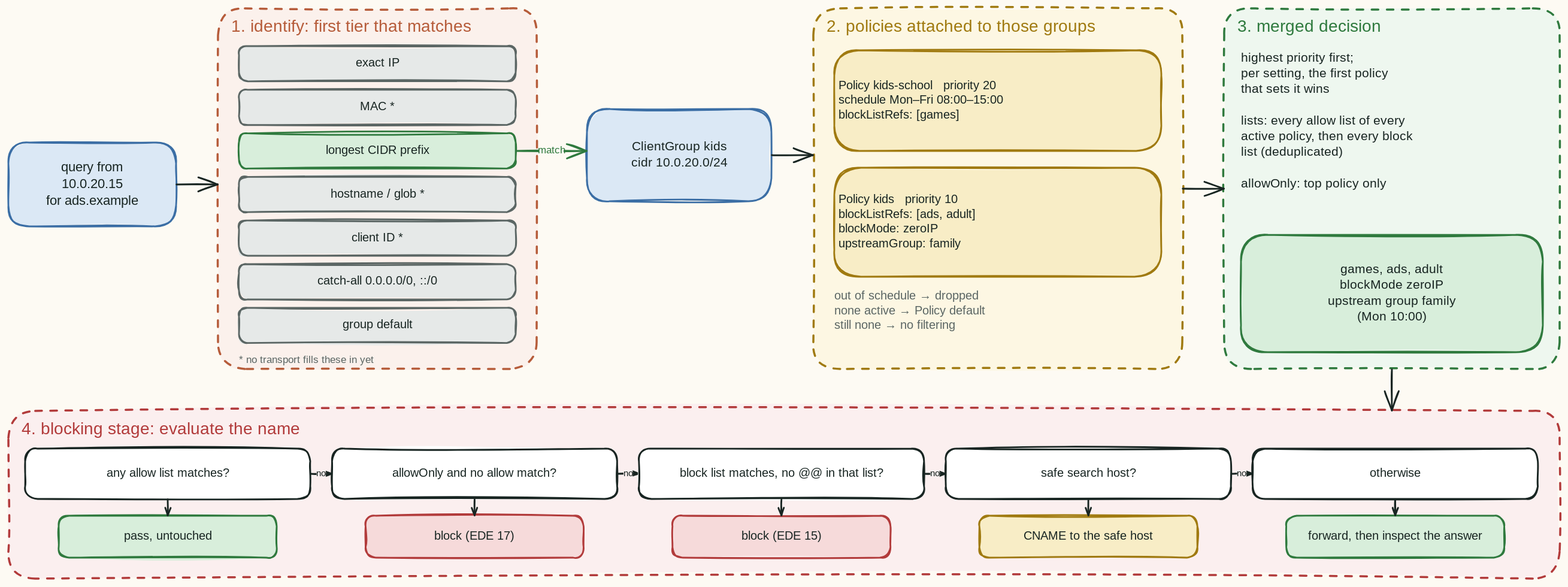
Above: docs/architecture/diagrams/policy-decision.excalidraw.svg in robertherbaugh/kudurru (Excalidraw), before the change. Source tidied: one line per element, renumbered; positions are measured from the earlier drawing's top-left corner, leaving out a move shared by most shapes. Source of this version:
```json
{"id": 0, "type": "rectangle", "strokeColor": "#3b6ea5", "backgroundColor": "#dbe8f5", "fillStyle": "solid", "strokeWidth": 2, "roughness": 1, "round": true, "x": 0, "y": 160, "width": 200, "height": 100}
{"id": 1, "type": "rectangle", "strokeColor": "#B65C3A", "backgroundColor": "#fbf1ec", "fillStyle": "solid", "strokeWidth": 2, "strokeStyle": "dashed", "roughness": 1, "round": true, "x": 250, "y": 0, "width": 380, "height": 430}
{"id": 2, "type": "text", "text": "1. identify: first tier that matches", "strokeColor": "#B65C3A", "strokeWidth": 2, "roughness": 1, "fontSize": 20, "fontFamily": 5, "x": 266, "y": 10, "width": 262, "height": 25}
{"id": 3, "type": "rectangle", "strokeColor": "#5b6664", "backgroundColor": "#e6e9e8", "fillStyle": "solid", "strokeWidth": 2, "roughness": 1, "round": true, "x": 275, "y": 45, "width": 330, "height": 42}
{"id": 4, "type": "rectangle", "strokeColor": "#5b6664", "backgroundColor": "#e6e9e8", "fillStyle": "solid", "strokeWidth": 2, "roughness": 1, "round": true, "x": 275, "y": 97, "width": 330, "height": 42}
{"id": 5, "type": "rectangle", "strokeColor": "#2f7a3e", "backgroundColor": "#d8eedb", "fillStyle": "solid", "strokeWidth": 2, "roughness": 1, "round": true, "x": 275, "y": 149, "width": 330, "height": 42}
{"id": 6, "type": "rectangle", "strokeColor": "#5b6664", "backgroundColor": "#e6e9e8", "fillStyle": "solid", "strokeWidth": 2, "roughness": 1, "round": true, "x": 275, "y": 201, "width": 330, "height": 42}
{"id": 7, "type": "rectangle", "strokeColor": "#5b6664", "backgroundColor": "#e6e9e8", "fillStyle": "solid", "strokeWidth": 2, "roughness": 1, "round": true, "x": 275, "y": 253, "width": 330, "height": 42}
{"id": 8, "type": "rectangle", "strokeColor": "#5b6664", "backgroundColor": "#e6e9e8", "fillStyle": "solid", "strokeWidth": 2, "roughness": 1, "round": true, "x": 275, "y": 305, "width": 330, "height": 42}
{"id": 9, "type": "rectangle", "strokeColor": "#5b6664", "backgroundColor": "#e6e9e8", "fillStyle": "solid", "strokeWidth": 2, "roughness": 1, "round": true, "x": 275, "y": 357, "width": 330, "height": 42}
{"id": 10, "type": "text", "text": "* no transport fills these in yet", "strokeColor": "#5b6664", "strokeWidth": 2, "roughness": 1, "fontSize": 12, "fontFamily": 5, "x": 275, "y": 412, "width": 146, "height": 15}
{"id": 11, "type": "arrow", "strokeColor": "#182522", "strokeWidth": 2, "roughness": 1, "endArrowhead": "arrow", "from": 0, "to": 1, "x": 200, "y": 210, "width": 49, "height": 0, "points": [[0, 0], [49, 0]]}
{"id": 12, "type": "rectangle", "strokeColor": "#3b6ea5", "backgroundColor": "#dbe8f5", "fillStyle": "solid", "strokeWidth": 2, "roughness": 1, "round": true, "x": 690, "y": 120, "width": 220, "height": 110}
{"id": 13, "type": "arrow", "strokeColor": "#2f7a3e", "strokeWidth": 2, "roughness": 1, "endArrowhead": "arrow", "from": 5, "to": 12, "x": 606, "y": 170, "width": 84, "height": 0, "points": [[0, 0], [84, 0]]}
{"id": 14, "type": "rectangle", "strokeColor": "#a07a10", "backgroundColor": "#fdf7e3", "fillStyle": "solid", "strokeWidth": 2, "strokeStyle": "dashed", "roughness": 1, "round": true, "x": 960, "y": 0, "width": 440, "height": 430}
{"id": 15, "type": "text", "text": "2. policies attached to those groups", "strokeColor": "#a07a10", "strokeWidth": 2, "roughness": 1, "fontSize": 20, "fontFamily": 5, "x": 976, "y": 10, "width": 281, "height": 25}
{"id": 16, "type": "rectangle", "strokeColor": "#a07a10", "backgroundColor": "#f8edc6", "fillStyle": "solid", "strokeWidth": 2, "roughness": 1, "round": true, "x": 985, "y": 50, "width": 390, "height": 120}
{"id": 17, "type": "rectangle", "strokeColor": "#a07a10", "backgroundColor": "#f8edc6", "fillStyle": "solid", "strokeWidth": 2, "roughness": 1, "round": true, "x": 985, "y": 190, "width": 390, "height": 130}
{"id": 18, "type": "text", "text": "out of schedule → dropped\nnone active → Policy default\nstill none → no filtering", "strokeColor": "#5b6664", "strokeWidth": 2, "roughness": 1, "fontSize": 14, "fontFamily": 5, "x": 985, "y": 335, "width": 163, "height": 52}
{"id": 19, "type": "arrow", "strokeColor": "#182522", "strokeWidth": 2, "roughness": 1, "endArrowhead": "arrow", "from": 12, "to": 14, "x": 910, "y": 175, "width": 49, "height": 0, "points": [[0, 0], [49, 0]]}
{"id": 20, "type": "rectangle", "strokeColor": "#2f7a3e", "backgroundColor": "#eef7ef", "fillStyle": "solid", "strokeWidth": 2, "strokeStyle": "dashed", "roughness": 1, "round": true, "x": 1450, "y": 0, "width": 400, "height": 430}
{"id": 21, "type": "text", "text": "3. merged decision", "strokeColor": "#2f7a3e", "strokeWidth": 2, "roughness": 1, "fontSize": 20, "fontFamily": 5, "x": 1466, "y": 10, "width": 151, "height": 25}
{"id": 22, "type": "text", "text": "highest priority first;\nper setting, the first policy\nthat sets it wins\n\nlists: every allow list of every\nactive policy, then every block\nlist (deduplicated)\n\nallowOnly: top policy only", "strokeColor": "#182522", "strokeWidth": 2, "roughness": 1, "fontSize": 15, "fontFamily": 5, "x": 1470, "y": 50, "width": 184, "height": 169}
{"id": 23, "type": "rectangle", "strokeColor": "#2f7a3e", "backgroundColor": "#d8eedb", "fillStyle": "solid", "strokeWidth": 2, "roughness": 1, "round": true, "x": 1470, "y": 270, "width": 360, "height": 140}
{"id": 24, "type": "arrow", "strokeColor": "#182522", "strokeWidth": 2, "roughness": 1, "endArrowhead": "arrow", "from": 14, "to": 20, "x": 1400, "y": 215, "width": 49, "height": 0, "points": [[0, 0], [49, 0]]}
{"id": 25, "type": "rectangle", "strokeColor": "#b23b3b", "backgroundColor": "#fbefef", "fillStyle": "solid", "strokeWidth": 2, "strokeStyle": "dashed", "roughness": 1, "round": true, "x": 0, "y": 480, "width": 1850, "height": 200}
{"id": 26, "type": "text", "text": "4. blocking stage: evaluate the name", "strokeColor": "#b23b3b", "strokeWidth": 2, "roughness": 1, "fontSize": 20, "fontFamily": 5, "x": 16, "y": 490, "width": 291, "height": 25}
{"id": 27, "type": "rectangle", "strokeColor": "#182522", "backgroundColor": "#ffffff", "fillStyle": "solid", "strokeWidth": 2, "roughness": 1, "round": true, "x": 20, "y": 525, "width": 340, "height": 60}
{"id": 28, "type": "rectangle", "strokeColor": "#2f7a3e", "backgroundColor": "#d8eedb", "fillStyle": "solid", "strokeWidth": 2, "roughness": 1, "round": true, "x": 60, "y": 605, "width": 260, "height": 50}
{"id": 29, "type": "arrow", "strokeColor": "#182522", "strokeWidth": 2, "roughness": 1, "endArrowhead": "arrow", "from": 27, "to": 28, "x": 190, "y": 586, "width": 0, "height": 19, "points": [[0, 0], [0, 19]]}
{"id": 30, "type": "arrow", "strokeColor": "#182522", "strokeWidth": 2, "roughness": 1, "endArrowhead": "arrow", "from": 27, "to": 31, "x": 360, "y": 555, "width": 25, "height": 0, "points": [[0, 0], [25, 0]]}
{"id": 31, "type": "rectangle", "strokeColor": "#182522", "backgroundColor": "#ffffff", "fillStyle": "solid", "strokeWidth": 2, "roughness": 1, "round": true, "x": 386, "y": 525, "width": 340, "height": 60}
{"id": 32, "type": "rectangle", "strokeColor": "#b23b3b", "backgroundColor": "#f6dada", "fillStyle": "solid", "strokeWidth": 2, "roughness": 1, "round": true, "x": 426, "y": 605, "width": 260, "height": 50}
{"id": 33, "type": "arrow", "strokeColor": "#182522", "strokeWidth": 2, "roughness": 1, "endArrowhead": "arrow", "from": 31, "to": 32, "x": 556, "y": 586, "width": 0, "height": 19, "points": [[0, 0], [0, 19]]}
{"id": 34, "type": "arrow", "strokeColor": "#182522", "strokeWidth": 2, "roughness": 1, "endArrowhead": "arrow", "from": 31, "to": 35, "x": 726, "y": 555, "width": 25, "height": 0, "points": [[0, 0], [25, 0]]}
{"id": 35, "type": "rectangle", "strokeColor": "#182522", "backgroundColor": "#ffffff", "fillStyle": "solid", "strokeWidth": 2, "roughness": 1, "round": true, "x": 752, "y": 525, "width": 340, "height": 60}
{"id": 36, "type": "rectangle", "strokeColor": "#b23b3b", "backgroundColor": "#f6dada", "fillStyle": "solid", "strokeWidth": 2, "roughness": 1, "round": true, "x": 792, "y": 605, "width": 260, "height": 50}
{"id": 37, "type": "arrow", "strokeColor": "#182522", "strokeWidth": 2, "roughness": 1, "endArrowhead": "arrow", "from": 35, "to": 36, "x": 922, "y": 586, "width": 0, "height": 19, "points": [[0, 0], [0, 19]]}
{"id": 38, "type": "arrow", "strokeColor": "#182522", "strokeWidth": 2, "roughness": 1, "endArrowhead": "arrow", "from": 35, "to": 39, "x": 1092, "y": 555, "width": 25, "height": 0, "points": [[0, 0], [25, 0]]}
{"id": 39, "type": "rectangle", "strokeColor": "#182522", "backgroundColor": "#ffffff", "fillStyle": "solid", "strokeWidth": 2, "roughness": 1, "round": true, "x": 1118, "y": 525, "width": 340, "height": 60}
{"id": 40, "type": "rectangle", "strokeColor": "#a07a10", "backgroundColor": "#f8edc6", "fillStyle": "solid", "strokeWidth": 2, "roughness": 1, "round": true, "x": 1158, "y": 605, "width": 260, "height": 50}
{"id": 41, "type": "arrow", "strokeColor": "#182522", "strokeWidth": 2, "roughness": 1, "endArrowhead": "arrow", "from": 39, "to": 40, "x": 1288, "y": 586, "width": 0, "height": 19, "points": [[0, 0], [0, 19]]}
{"id": 42, "type": "arrow", "strokeColor": "#182522", "strokeWidth": 2, "roughness": 1, "endArrowhead": "arrow", "from": 39, "to": 43, "x": 1458, "y": 555, "width": 25, "height": 0, "points": [[0, 0], [25, 0]]}
{"id": 43, "type": "rectangle", "strokeColor": "#182522", "backgroundColor": "#ffffff", "fillStyle": "solid", "strokeWidth": 2, "roughness": 1, "round": true, "x": 1484, "y": 525, "width": 340, "height": 60}
{"id": 44, "type": "rectangle", "strokeColor": "#2f7a3e", "backgroundColor": "#d8eedb", "fillStyle": "solid", "strokeWidth": 2, "roughness": 1, "round": true, "x": 1524, "y": 605, "width": 260, "height": 50}
{"id": 45, "type": "arrow", "strokeColor": "#182522", "strokeWidth": 2, "roughness": 1, "endArrowhead": "arrow", "from": 43, "to": 44, "x": 1654, "y": 586, "width": 0, "height": 19, "points": [[0, 0], [0, 19]]}
{"id": 46, "type": "arrow", "strokeColor": "#182522", "strokeWidth": 2, "roughness": 1, "endArrowhead": "arrow", "from": 20, "to": 25, "x": 1650, "y": 430, "width": 0, "height": 49, "points": [[0, 0], [0, 49]]}
{"id": 47, "type": "text", "text": "query from\n10.0.20.15\nfor ads.example", "strokeColor": "#182522", "strokeWidth": 2, "roughness": 1, "fontSize": 16, "fontFamily": 5, "textAlign": "center", "verticalAlign": "middle", "inside": 0, "x": 49, "y": 180, "width": 102, "height": 60}
{"id": 48, "type": "text", "text": "exact IP", "strokeColor": "#182522", "strokeWidth": 2, "roughness": 1, "fontSize": 14, "fontFamily": 5, "textAlign": "center", "verticalAlign": "middle", "inside": 3, "x": 417, "y": 57, "width": 45, "height": 18}
{"id": 49, "type": "text", "text": "MAC *", "strokeColor": "#182522", "strokeWidth": 2, "roughness": 1, "fontSize": 14, "fontFamily": 5, "textAlign": "center", "verticalAlign": "middle", "inside": 4, "x": 419, "y": 109, "width": 42, "height": 18}
{"id": 50, "type": "text", "text": "longest CIDR prefix", "strokeColor": "#182522", "strokeWidth": 2, "roughness": 1, "fontSize": 14, "fontFamily": 5, "textAlign": "center", "verticalAlign": "middle", "inside": 5, "x": 383, "y": 161, "width": 114, "height": 18}
{"id": 51, "type": "text", "text": "hostname / glob *", "strokeColor": "#182522", "strokeWidth": 2, "roughness": 1, "fontSize": 14, "fontFamily": 5, "textAlign": "center", "verticalAlign": "middle", "inside": 6, "x": 390, "y": 213, "width": 100, "height": 18}
{"id": 52, "type": "text", "text": "client ID *", "strokeColor": "#182522", "strokeWidth": 2, "roughness": 1, "fontSize": 14, "fontFamily": 5, "textAlign": "center", "verticalAlign": "middle", "inside": 7, "x": 410, "y": 265, "width": 60, "height": 18}
{"id": 53, "type": "text", "text": "catch-all 0.0.0.0/0, ::/0", "strokeColor": "#182522", "strokeWidth": 2, "roughness": 1, "fontSize": 14, "fontFamily": 5, "textAlign": "center", "verticalAlign": "middle", "inside": 8, "x": 377, "y": 317, "width": 127, "height": 18}
{"id": 54, "type": "text", "text": "group default", "strokeColor": "#182522", "strokeWidth": 2, "roughness": 1, "fontSize": 14, "fontFamily": 5, "textAlign": "center", "verticalAlign": "middle", "inside": 9, "x": 402, "y": 369, "width": 75, "height": 18}
{"id": 55, "type": "text", "text": "ClientGroup kids\ncidr 10.0.20.0/24", "strokeColor": "#182522", "strokeWidth": 2, "roughness": 1, "fontSize": 15, "fontFamily": 5, "textAlign": "center", "verticalAlign": "middle", "inside": 12, "x": 748, "y": 156, "width": 104, "height": 38}
{"id": 56, "type": "text", "text": "match", "strokeColor": "#2f7a3e", "strokeWidth": 2, "roughness": 1, "fontSize": 12, "fontFamily": 5, "textAlign": "center", "verticalAlign": "middle", "inside": 13, "x": 633, "y": 162, "width": 29, "height": 15}
{"id": 57, "type": "text", "text": "Policy kids-school   priority 20\nschedule Mon–Fri 08:00–15:00\nblockListRefs: [games]", "strokeColor": "#182522", "strokeWidth": 2, "roughness": 1, "fontSize": 14, "fontFamily": 5, "verticalAlign": "middle", "inside": 16, "x": 990, "y": 84, "width": 177, "height": 52}
{"id": 58, "type": "text", "text": "Policy kids   priority 10\nblockListRefs: [ads, adult]\nblockMode: zeroIP\nupstreamGroup: family", "strokeColor": "#182522", "strokeWidth": 2, "roughness": 1, "fontSize": 14, "fontFamily": 5, "verticalAlign": "middle", "inside": 17, "x": 990, "y": 220, "width": 149, "height": 70}
{"id": 59, "type": "text", "text": "games, ads, adult\nblockMode zeroIP\nupstream group family\n(Mon 10:00)", "strokeColor": "#182522", "strokeWidth": 2, "roughness": 1, "fontSize": 15, "fontFamily": 5, "textAlign": "center", "verticalAlign": "middle", "inside": 23, "x": 1582, "y": 302, "width": 137, "height": 75}
{"id": 60, "type": "text", "text": "any allow list matches?", "strokeColor": "#182522", "strokeWidth": 2, "roughness": 1, "fontSize": 14, "fontFamily": 5, "textAlign": "center", "verticalAlign": "middle", "inside": 27, "x": 124, "y": 546, "width": 131, "height": 18}
{"id": 61, "type": "text", "text": "pass, untouched", "strokeColor": "#182522", "strokeWidth": 2, "roughness": 1, "fontSize": 14, "fontFamily": 5, "textAlign": "center", "verticalAlign": "middle", "inside": 28, "x": 145, "y": 621, "width": 89, "height": 18}
{"id": 62, "type": "text", "text": "no", "strokeColor": "#182522", "strokeWidth": 2, "roughness": 1, "fontSize": 11, "fontFamily": 5, "textAlign": "center", "verticalAlign": "middle", "inside": 30, "x": 368, "y": 548, "width": 11, "height": 14}
{"id": 63, "type": "text", "text": "allowOnly and no allow match?", "strokeColor": "#182522", "strokeWidth": 2, "roughness": 1, "fontSize": 14, "fontFamily": 5, "textAlign": "center", "verticalAlign": "middle", "inside": 31, "x": 467, "y": 546, "width": 179, "height": 18}
{"id": 64, "type": "text", "text": "block (EDE 17)", "strokeColor": "#182522", "strokeWidth": 2, "roughness": 1, "fontSize": 14, "fontFamily": 5, "textAlign": "center", "verticalAlign": "middle", "inside": 32, "x": 512, "y": 621, "width": 89, "height": 18}
{"id": 65, "type": "text", "text": "no", "strokeColor": "#182522", "strokeWidth": 2, "roughness": 1, "fontSize": 11, "fontFamily": 5, "textAlign": "center", "verticalAlign": "middle", "inside": 34, "x": 734, "y": 548, "width": 11, "height": 14}
{"id": 66, "type": "text", "text": "block list matches, no @@ in that list?", "strokeColor": "#182522", "strokeWidth": 2, "roughness": 1, "fontSize": 14, "fontFamily": 5, "textAlign": "center", "verticalAlign": "middle", "inside": 35, "x": 813, "y": 546, "width": 217, "height": 18}
{"id": 67, "type": "text", "text": "block (EDE 15)", "strokeColor": "#182522", "strokeWidth": 2, "roughness": 1, "fontSize": 14, "fontFamily": 5, "textAlign": "center", "verticalAlign": "middle", "inside": 36, "x": 878, "y": 621, "width": 89, "height": 18}
{"id": 68, "type": "text", "text": "no", "strokeColor": "#182522", "strokeWidth": 2, "roughness": 1, "fontSize": 11, "fontFamily": 5, "textAlign": "center", "verticalAlign": "middle", "inside": 38, "x": 1100, "y": 548, "width": 11, "height": 14}
{"id": 69, "type": "text", "text": "safe search host?", "strokeColor": "#182522", "strokeWidth": 2, "roughness": 1, "fontSize": 14, "fontFamily": 5, "textAlign": "center", "verticalAlign": "middle", "inside": 39, "x": 1241, "y": 546, "width": 95, "height": 18}
{"id": 70, "type": "text", "text": "CNAME to the safe host", "strokeColor": "#182522", "strokeWidth": 2, "roughness": 1, "fontSize": 14, "fontFamily": 5, "textAlign": "center", "verticalAlign": "middle", "inside": 40, "x": 1219, "y": 621, "width": 138, "height": 18}
{"id": 71, "type": "text", "text": "no", "strokeColor": "#182522", "strokeWidth": 2, "roughness": 1, "fontSize": 11, "fontFamily": 5, "textAlign": "center", "verticalAlign": "middle", "inside": 42, "x": 1466, "y": 548, "width": 11, "height": 14}
{"id": 72, "type": "text", "text": "otherwise", "strokeColor": "#182522", "strokeWidth": 2, "roughness": 1, "fontSize": 14, "fontFamily": 5, "textAlign": "center", "verticalAlign": "middle", "inside": 43, "x": 1627, "y": 546, "width": 54, "height": 18}
{"id": 73, "type": "text", "text": "forward, then inspect the answer", "strokeColor": "#182522", "strokeWidth": 2, "roughness": 1, "fontSize": 14, "fontFamily": 5, "textAlign": "center", "verticalAlign": "middle", "inside": 44, "x": 1563, "y": 621, "width": 182, "height": 18}
```
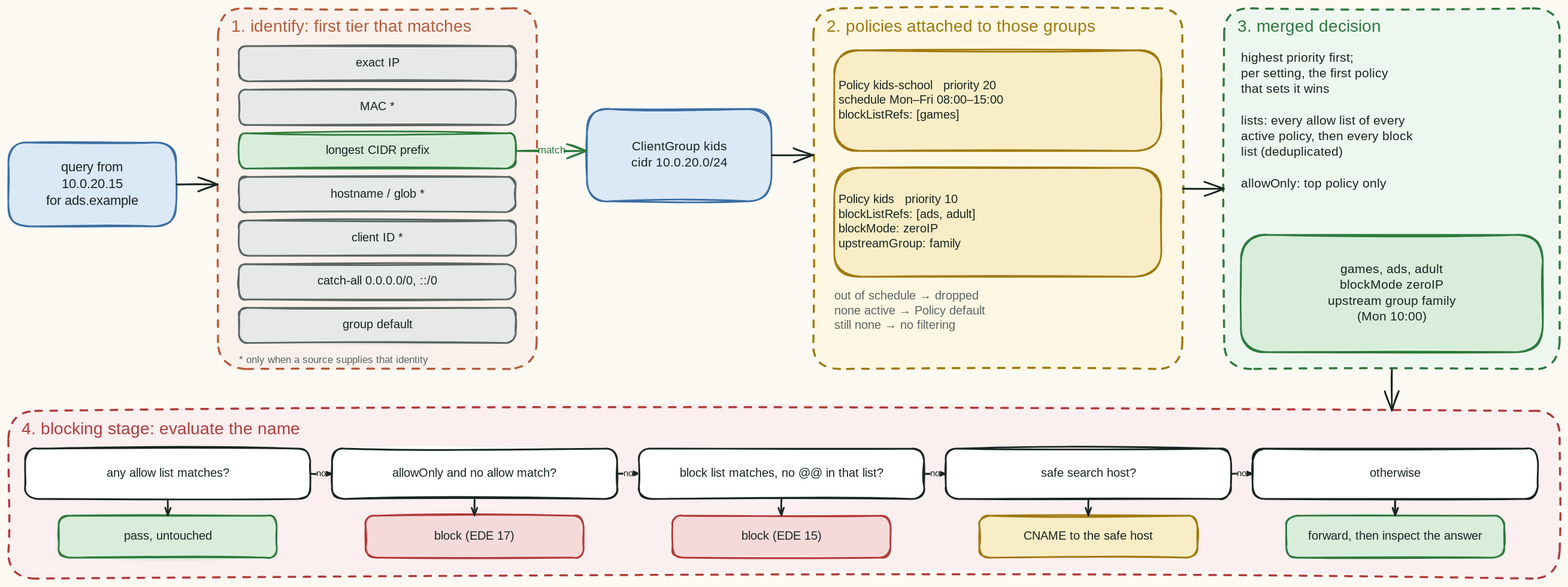
After the commit.

The edit, as a diff of the source:
```diff
@@ -8,7 +8,7 @@
 {"id": 7, "type": "rectangle", "strokeColor": "#5b6664", "backgroundColor": "#e6e9e8", "fillStyle": "solid", "strokeWidth": 2, "roughness": 1, "round": true, "x": 275, "y": 253, "width": 330, "height": 42}
 {"id": 8, "type": "rectangle", "strokeColor": "#5b6664", "backgroundColor": "#e6e9e8", "fillStyle": "solid", "strokeWidth": 2, "roughness": 1, "round": true, "x": 275, "y": 305, "width": 330, "height": 42}
 {"id": 9, "type": "rectangle", "strokeColor": "#5b6664", "backgroundColor": "#e6e9e8", "fillStyle": "solid", "strokeWidth": 2, "roughness": 1, "round": true, "x": 275, "y": 357, "width": 330, "height": 42}
-{"id": 10, "type": "text", "text": "* no transport fills these in yet", "strokeColor": "#5b6664", "strokeWidth": 2, "roughness": 1, "fontSize": 12, "fontFamily": 5, "x": 275, "y": 412, "width": 146, "height": 15}
+{"id": 10, "type": "text", "text": "* only when a source supplies that identity", "strokeColor": "#5b6664", "strokeWidth": 2, "roughness": 1, "fontSize": 12, "fontFamily": 5, "x": 275, "y": 412, "width": 252, "height": 15}
 {"id": 11, "type": "arrow", "strokeColor": "#182522", "strokeWidth": 2, "roughness": 1, "endArrowhead": "arrow", "from": 0, "to": 1, "x": 200, "y": 210, "width": 49, "height": 0, "points": [[0, 0], [49, 0]]}
 {"id": 12, "type": "rectangle", "strokeColor": "#3b6ea5", "backgroundColor": "#dbe8f5", "fillStyle": "solid", "strokeWidth": 2, "roughness": 1, "round": true, "x": 690, "y": 120, "width": 220, "height": 110}
 {"id": 13, "type": "arrow", "strokeColor": "#2f7a3e", "strokeWidth": 2, "roughness": 1, "endArrowhead": "arrow", "from": 5, "to": 12, "x": 606, "y": 170, "width": 84, "height": 0, "points": [[0, 0], [84, 0]]}
```
